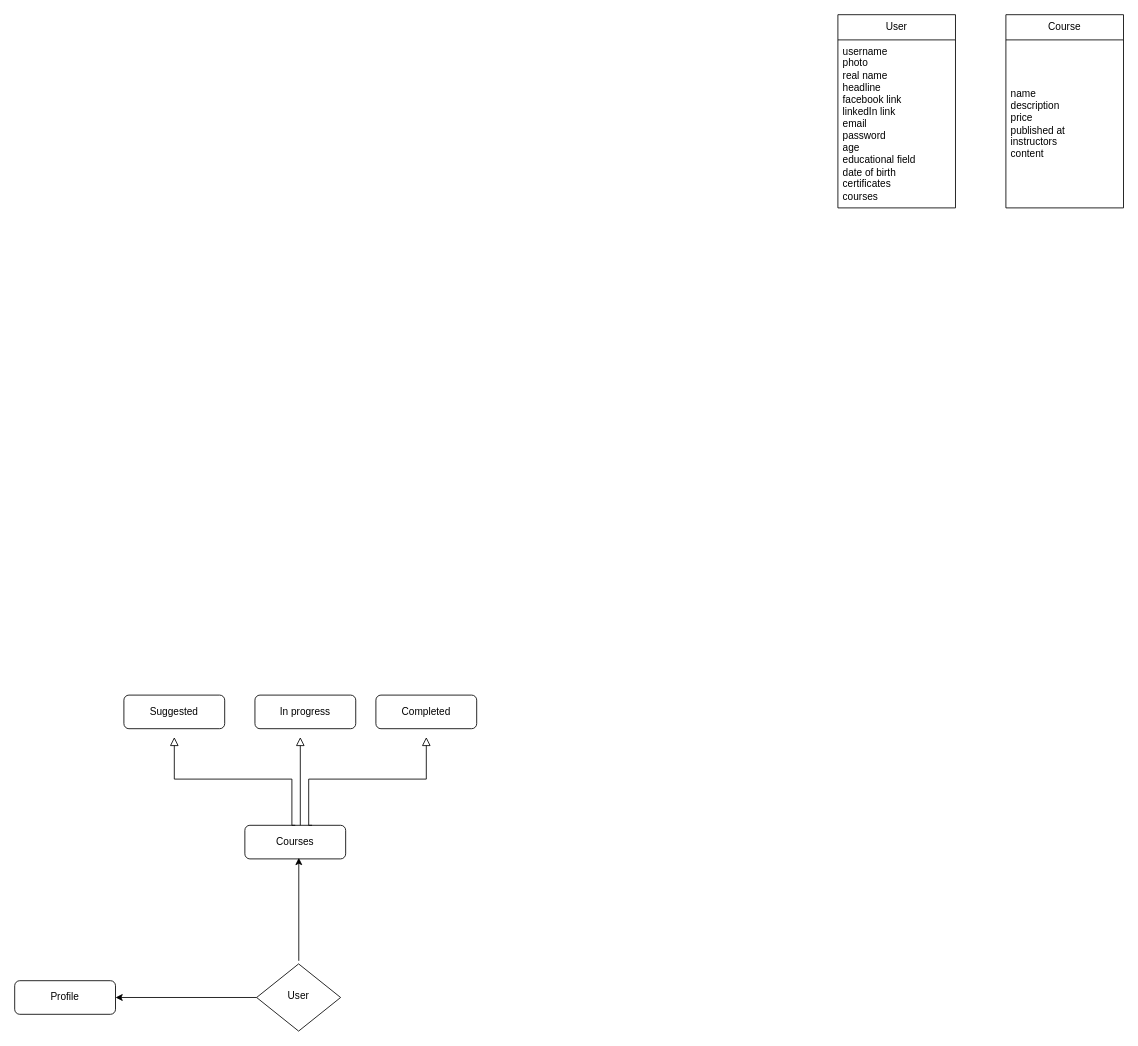
Above: Untitled Diagram.drawio in LearnXperience/Diagrams (draw.io), before the change. Source tidied: cells renumbered, new cells numbered last; positions are measured from the earlier drawing's top-left corner, leaving out a move shared by most shapes. Both pictures are drawn from the tidied source at 84%, with x=0, y=0 at pixel (14, 14).
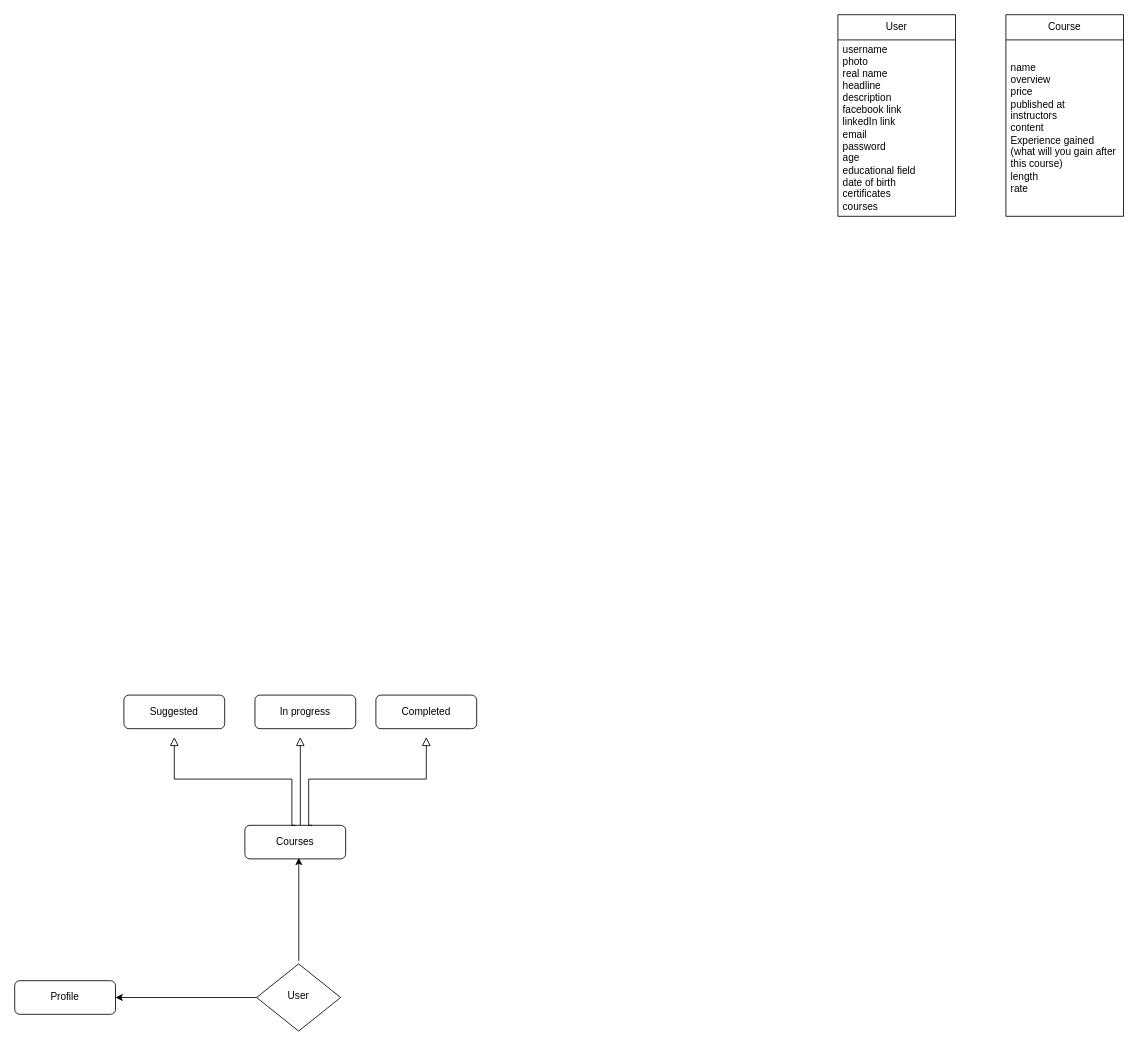
The same diagram, later.

What changed in the source:
```diff
@@
     <mxCell id="13" value="User" style="swimlane;fontStyle=0;horizontal=1;startSize=30;whiteSpace=wrap;html=1;" parent="1" vertex="1">
-      <mxGeometry x="980" width="140" height="230" as="geometry" />
+      <mxGeometry x="980" width="140" height="240" as="geometry" />
     </mxCell>
-    <mxCell id="14" value="username&lt;br&gt;photo&lt;br&gt;real name&lt;br&gt;headline&lt;br&gt;facebook link&lt;br&gt;linkedIn link&lt;br&gt;email&lt;br&gt;password&lt;br&gt;age&lt;br&gt;educational field&lt;br&gt;date of birth&lt;br&gt;certificates&lt;br&gt;courses" style="text;strokeColor=none;fillColor=none;align=left;verticalAlign=middle;spacingLeft=4;spacingRight=4;overflow=hidden;whiteSpace=wrap;html=1;" parent="13" vertex="1">
-      <mxGeometry y="30" width="140" height="200" as="geometry" />
+    <mxCell id="14" value="username&lt;br&gt;photo&lt;br&gt;real name&lt;br&gt;headline&lt;br&gt;description&lt;br&gt;facebook link&lt;br&gt;linkedIn link&lt;br&gt;email&lt;br&gt;password&lt;br&gt;age&lt;br&gt;educational field&lt;br&gt;date of birth&lt;br&gt;certificates&lt;br&gt;courses" style="text;strokeColor=none;fillColor=none;align=left;verticalAlign=middle;spacingLeft=4;spacingRight=4;overflow=hidden;whiteSpace=wrap;html=1;" parent="13" vertex="1">
+      <mxGeometry y="30" width="140" height="210" as="geometry" />
     </mxCell>
     <mxCell id="15" value="Course" style="swimlane;fontStyle=0;horizontal=1;startSize=30;whiteSpace=wrap;html=1;" parent="1" vertex="1">
-      <mxGeometry x="1180" width="140" height="230" as="geometry" />
+      <mxGeometry x="1180" width="140" height="240" as="geometry" />
     </mxCell>
-    <mxCell id="16" value="name&lt;br&gt;description&lt;br&gt;price&lt;br&gt;published at&lt;br&gt;instructors&lt;br&gt;content&lt;br&gt;" style="text;strokeColor=none;fillColor=none;align=left;verticalAlign=middle;spacingLeft=4;spacingRight=4;overflow=hidden;whiteSpace=wrap;html=1;" parent="15" vertex="1">
-      <mxGeometry y="30" width="140" height="200" as="geometry" />
+    <mxCell id="16" value="name&lt;br&gt;overview&lt;br&gt;price&lt;br&gt;published at&lt;br&gt;instructors&lt;br&gt;content&lt;br&gt;Experience gained (what will you gain after this course)&lt;br&gt;length&lt;br&gt;rate&lt;br&gt;" style="text;strokeColor=none;fillColor=none;align=left;verticalAlign=middle;spacingLeft=4;spacingRight=4;overflow=hidden;whiteSpace=wrap;html=1;" parent="15" vertex="1">
+      <mxGeometry y="30" width="140" height="210" as="geometry" />
     </mxCell>
```
